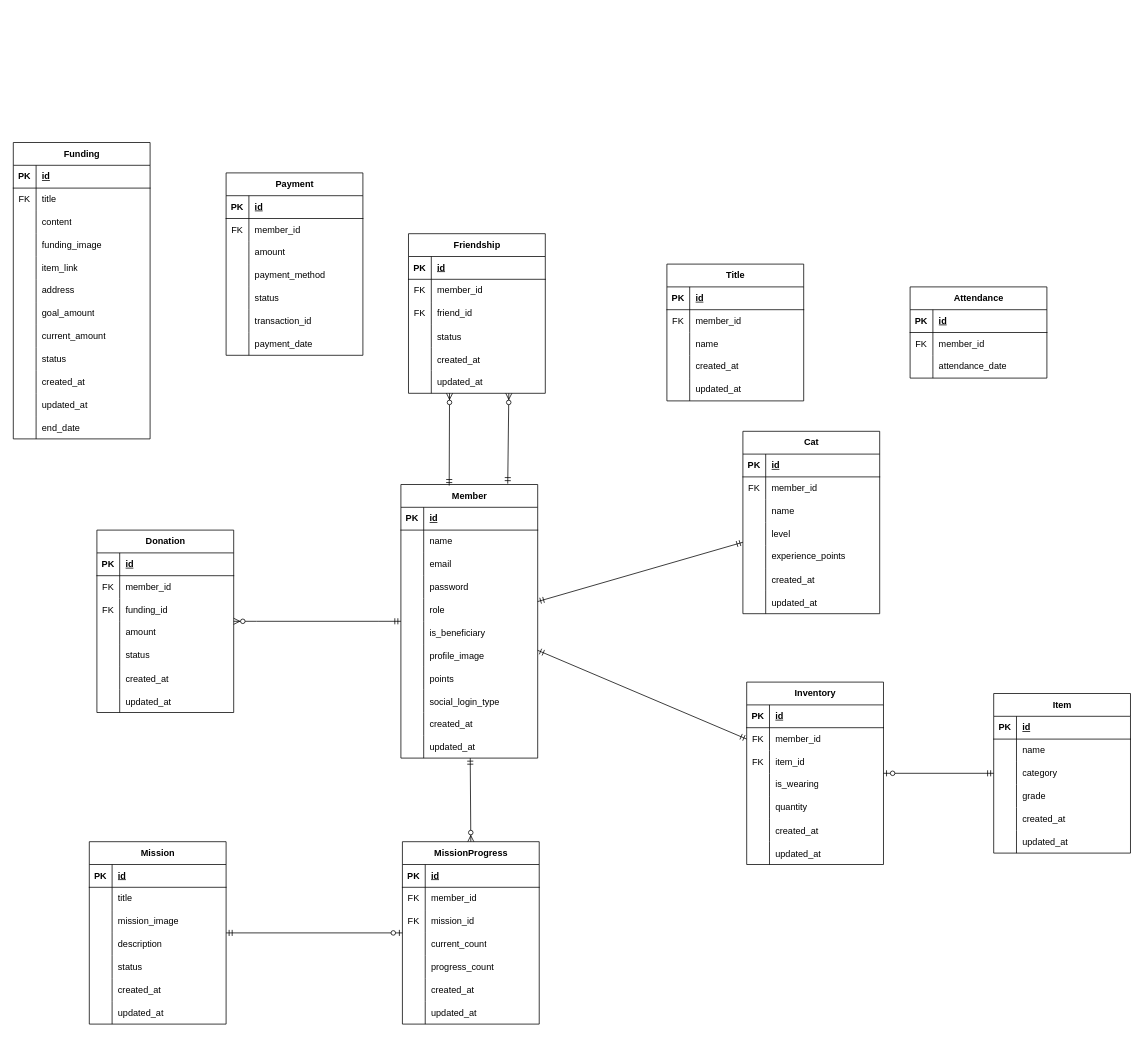
Above: ChaeumERD.drawio in 2025-Advanced-Capstone-Chaeum/ERD (draw.io), before the change. Source tidied: cells renumbered, new cells numbered last; positions are measured from the earlier drawing's top-left corner, leaving out a move shared by most shapes. Both pictures are drawn from the tidied source at 76%, with x=0, y=0 at pixel (13, 142).
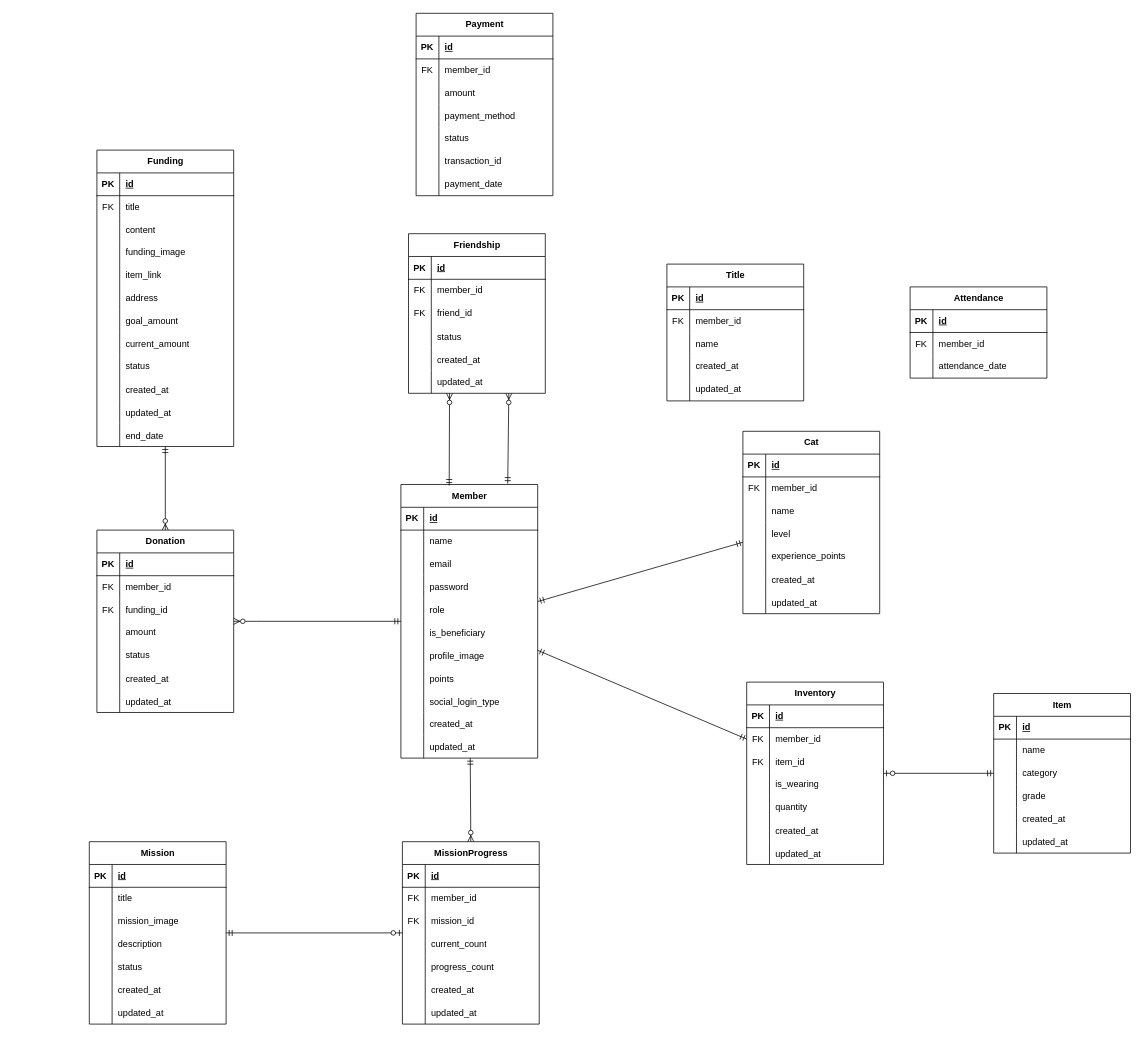
The same diagram, later.

Commit message:
docs(ERD): Funding 테이블 연관관계 정리

The change refers to these unchanged cells:
```xml
<mxCell id="37" value="Donation" style="shape=table;startSize=30;childLayout=tableLayout;rowLines=0;fontStyle=1;align=center;html=1;" parent="1" vertex="1">
  <mxGeometry x="110" y="510" width="180" height="240" as="geometry" />
</mxCell>
```

The edit, as a diff of the source:
```diff
@@
     <mxCell id="198" value="Funding" style="shape=table;startSize=30;childLayout=tableLayout;rowLines=0;fontStyle=1;align=center;html=1;" parent="1" vertex="1">
-      <mxGeometry width="180" height="390" as="geometry" />
+      <mxGeometry x="110" y="10" width="180" height="390" as="geometry" />
     </mxCell>
@@
     <mxCell id="235" value="Payment" style="shape=table;startSize=30;childLayout=tableLayout;rowLines=0;fontStyle=1;align=center;html=1;" parent="1" vertex="1">
-      <mxGeometry x="280" y="40" width="180" height="240" as="geometry" />
+      <mxGeometry x="530" y="-170" width="180" height="240" as="geometry" />
     </mxCell>
@@
+    <mxCell id="278" style="fontSize=12;html=1;endArrow=ERzeroToMany;startArrow=ERmandOne;rounded=0;" parent="1" edge="1" source="198" target="37">
+      <mxGeometry relative="1" as="geometry" />
+    </mxCell>
```
